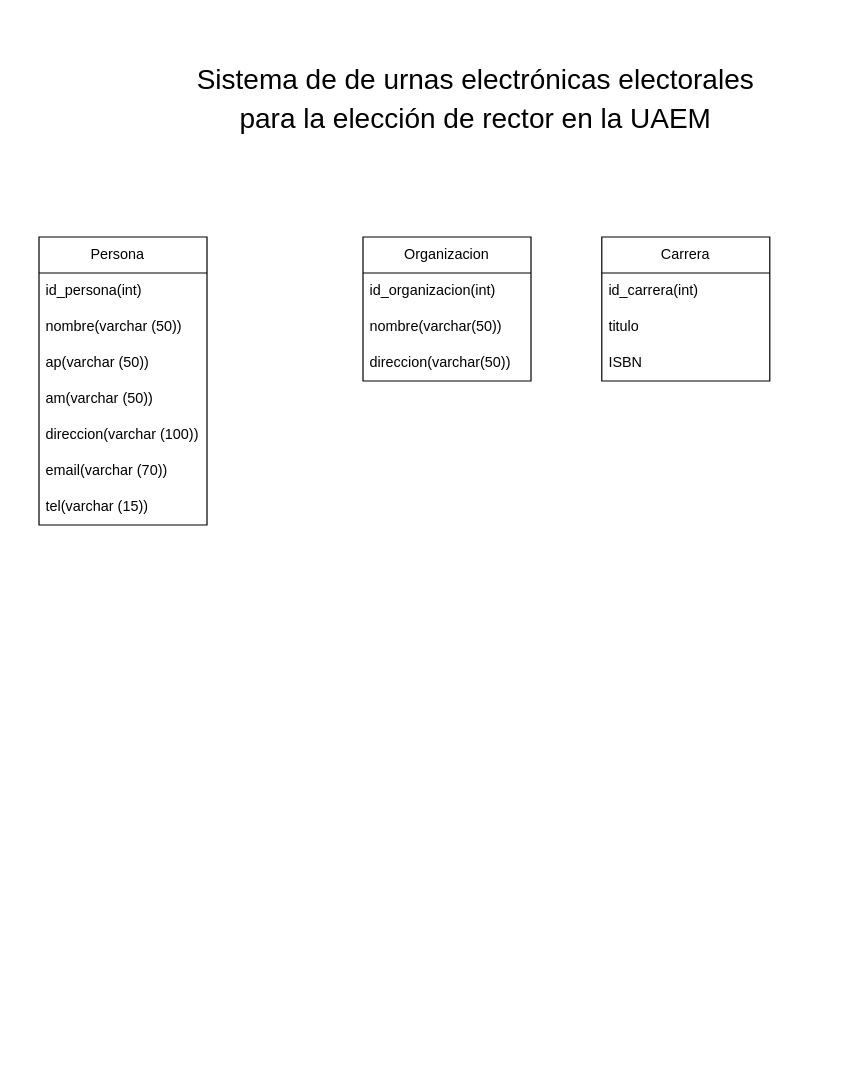
This is Modelo_ER.drawio from Oscar-Franc/Sistema_Elecciones, a draw.io file, before an edit. Source tidied: cells renumbered, new cells numbered last; positions are measured from the earlier drawing's top-left corner, leaving out a move shared by most shapes. Both pictures are drawn from the tidied source at 120%, with x=0, y=0 at pixel (38, 20).
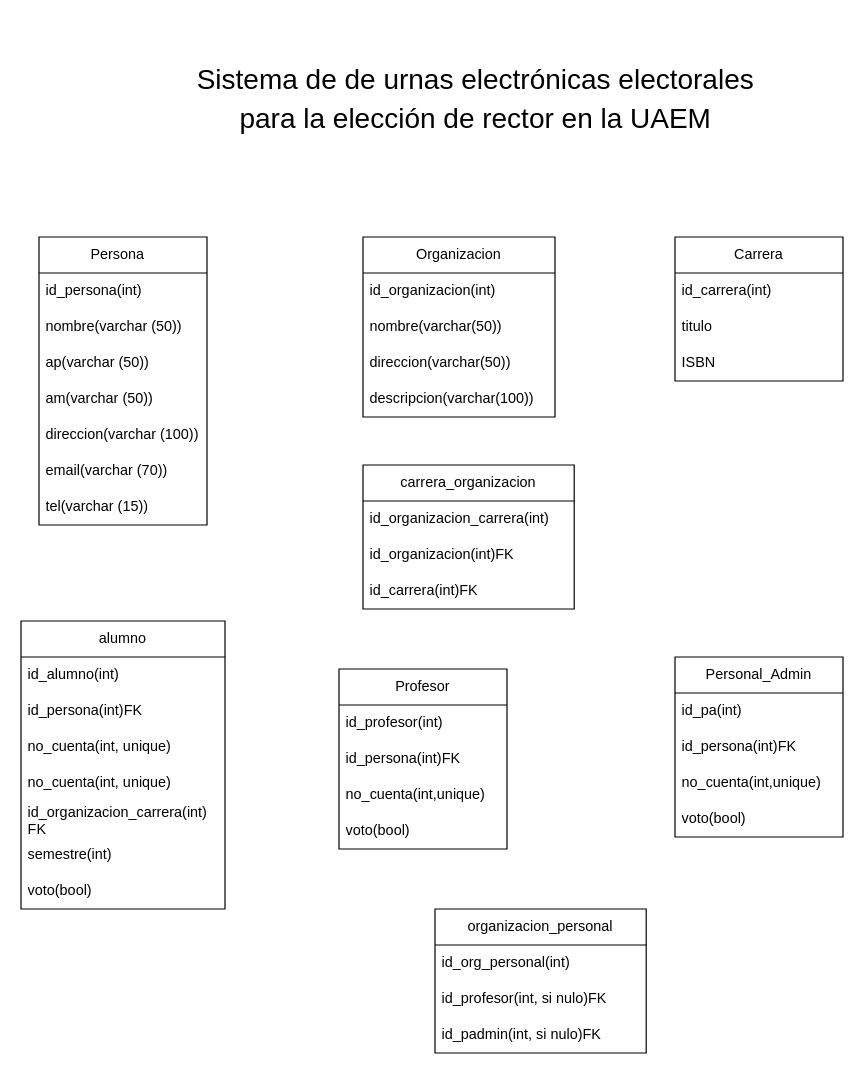
The same page after the edit.

What changed in the source:
```diff
@@
     <mxCell id="11" value="Organizacion" style="swimlane;fontStyle=0;horizontal=1;startSize=30;whiteSpace=wrap;html=1;" parent="1" vertex="1">
-      <mxGeometry x="270" y="180" width="140" height="120" as="geometry" />
+      <mxGeometry x="270" y="180" width="160" height="150" as="geometry" />
     </mxCell>
     <mxCell id="12" value="id_organizacion(int)" style="text;strokeColor=none;fillColor=none;align=left;verticalAlign=middle;spacingLeft=4;spacingRight=4;overflow=hidden;whiteSpace=wrap;html=1;" parent="11" vertex="1">
-      <mxGeometry y="30" width="140" height="30" as="geometry" />
+      <mxGeometry y="30" width="160" height="30" as="geometry" />
     </mxCell>
     <mxCell id="13" value="nombre(varchar(50))" style="text;strokeColor=none;fillColor=none;align=left;verticalAlign=middle;spacingLeft=4;spacingRight=4;overflow=hidden;whiteSpace=wrap;html=1;" parent="11" vertex="1">
-      <mxGeometry y="60" width="140" height="30" as="geometry" />
+      <mxGeometry y="60" width="160" height="30" as="geometry" />
     </mxCell>
     <mxCell id="14" value="direccion(varchar(50))" style="text;strokeColor=none;fillColor=none;align=left;verticalAlign=middle;spacingLeft=4;spacingRight=4;overflow=hidden;whiteSpace=wrap;html=1;" parent="11" vertex="1">
-      <mxGeometry y="90" width="140" height="30" as="geometry" />
+      <mxGeometry y="90" width="160" height="30" as="geometry" />
     </mxCell>
+    <mxCell id="19" value="descripcion(varchar(100))" style="text;strokeColor=none;fillColor=none;align=left;verticalAlign=middle;spacingLeft=4;spacingRight=4;overflow=hidden;whiteSpace=wrap;html=1;" parent="11" vertex="1">
+      <mxGeometry y="120" width="160" height="30" as="geometry" />
+    </mxCell>
     <mxCell id="15" value="Carrera" style="swimlane;fontStyle=0;horizontal=1;startSize=30;whiteSpace=wrap;html=1;" parent="1" vertex="1">
-      <mxGeometry x="469" y="180" width="140" height="120" as="geometry" />
+      <mxGeometry x="530" y="180" width="140" height="120" as="geometry" />
     </mxCell>
@@
+    <mxCell id="20" value="carrera_organizacion" style="swimlane;fontStyle=0;horizontal=1;startSize=30;whiteSpace=wrap;html=1;" parent="1" vertex="1">
+      <mxGeometry x="270" y="370" width="176" height="120" as="geometry" />
+    </mxCell>
+    <mxCell id="21" value="id_organizacion_carrera(int)" style="text;strokeColor=none;fillColor=none;align=left;verticalAlign=middle;spacingLeft=4;spacingRight=4;overflow=hidden;whiteSpace=wrap;html=1;" parent="20" vertex="1">
+      <mxGeometry y="30" width="176" height="30" as="geometry" />
+    </mxCell>
+    <mxCell id="22" value="id_organizacion(int)FK" style="text;strokeColor=none;fillColor=none;align=left;verticalAlign=middle;spacingLeft=4;spacingRight=4;overflow=hidden;whiteSpace=wrap;html=1;" parent="20" vertex="1">
+      <mxGeometry y="60" width="176" height="30" as="geometry" />
+    </mxCell>
+    <mxCell id="23" value="id_carrera(int)FK" style="text;strokeColor=none;fillColor=none;align=left;verticalAlign=middle;spacingLeft=4;spacingRight=4;overflow=hidden;whiteSpace=wrap;html=1;" parent="20" vertex="1">
+      <mxGeometry y="90" width="176" height="30" as="geometry" />
+    </mxCell>
+    <mxCell id="24" value="alumno" style="swimlane;fontStyle=0;horizontal=1;startSize=30;whiteSpace=wrap;html=1;" parent="1" vertex="1">
+      <mxGeometry x="-15" y="500" width="170" height="240" as="geometry" />
+    </mxCell>
+    <mxCell id="25" value="id_alumno(int)" style="text;strokeColor=none;fillColor=none;align=left;verticalAlign=middle;spacingLeft=4;spacingRight=4;overflow=hidden;whiteSpace=wrap;html=1;" parent="24" vertex="1">
+      <mxGeometry y="30" width="170" height="30" as="geometry" />
+    </mxCell>
+    <mxCell id="26" value="id_persona(int)FK" style="text;strokeColor=none;fillColor=none;align=left;verticalAlign=middle;spacingLeft=4;spacingRight=4;overflow=hidden;whiteSpace=wrap;html=1;" parent="24" vertex="1">
+      <mxGeometry y="60" width="170" height="30" as="geometry" />
+    </mxCell>
+    <mxCell id="27" value="no_cuenta(int, unique)" style="text;strokeColor=none;fillColor=none;align=left;verticalAlign=middle;spacingLeft=4;spacingRight=4;overflow=hidden;whiteSpace=wrap;html=1;" parent="24" vertex="1">
+      <mxGeometry y="90" width="170" height="30" as="geometry" />
+    </mxCell>
+    <mxCell id="28" value="no_cuenta(int, unique)" style="text;strokeColor=none;fillColor=none;align=left;verticalAlign=middle;spacingLeft=4;spacingRight=4;overflow=hidden;whiteSpace=wrap;html=1;" parent="24" vertex="1">
+      <mxGeometry y="120" width="170" height="30" as="geometry" />
+    </mxCell>
+    <mxCell id="29" value="id_organizacion_carrera(int) FK" style="text;strokeColor=none;fillColor=none;align=left;verticalAlign=middle;spacingLeft=4;spacingRight=4;overflow=hidden;whiteSpace=wrap;html=1;" parent="24" vertex="1">
+      <mxGeometry y="150" width="170" height="30" as="geometry" />
+    </mxCell>
+    <mxCell id="30" value="semestre(int)" style="text;strokeColor=none;fillColor=none;align=left;verticalAlign=middle;spacingLeft=4;spacingRight=4;overflow=hidden;whiteSpace=wrap;html=1;" parent="24" vertex="1">
+      <mxGeometry y="180" width="170" height="30" as="geometry" />
+    </mxCell>
+    <mxCell id="31" value="voto(bool)" style="text;strokeColor=none;fillColor=none;align=left;verticalAlign=middle;spacingLeft=4;spacingRight=4;overflow=hidden;whiteSpace=wrap;html=1;" parent="24" vertex="1">
+      <mxGeometry y="210" width="170" height="30" as="geometry" />
+    </mxCell>
+    <mxCell id="32" value="Profesor" style="swimlane;fontStyle=0;horizontal=1;startSize=30;whiteSpace=wrap;html=1;" parent="1" vertex="1">
+      <mxGeometry x="250" y="540" width="140" height="150" as="geometry" />
+    </mxCell>
+    <mxCell id="33" value="id_profesor(int)" style="text;strokeColor=none;fillColor=none;align=left;verticalAlign=middle;spacingLeft=4;spacingRight=4;overflow=hidden;whiteSpace=wrap;html=1;" parent="32" vertex="1">
+      <mxGeometry y="30" width="140" height="30" as="geometry" />
+    </mxCell>
+    <mxCell id="34" value="id_persona(int)FK" style="text;strokeColor=none;fillColor=none;align=left;verticalAlign=middle;spacingLeft=4;spacingRight=4;overflow=hidden;whiteSpace=wrap;html=1;" parent="32" vertex="1">
+      <mxGeometry y="60" width="140" height="30" as="geometry" />
+    </mxCell>
+    <mxCell id="35" value="no_cuenta(int,unique)" style="text;strokeColor=none;fillColor=none;align=left;verticalAlign=middle;spacingLeft=4;spacingRight=4;overflow=hidden;whiteSpace=wrap;html=1;" parent="32" vertex="1">
+      <mxGeometry y="90" width="140" height="30" as="geometry" />
+    </mxCell>
+    <mxCell id="36" value="voto(bool)" style="text;strokeColor=none;fillColor=none;align=left;verticalAlign=middle;spacingLeft=4;spacingRight=4;overflow=hidden;whiteSpace=wrap;html=1;" parent="32" vertex="1">
+      <mxGeometry y="120" width="140" height="30" as="geometry" />
+    </mxCell>
+    <mxCell id="37" value="Personal_Admin" style="swimlane;fontStyle=0;horizontal=1;startSize=30;whiteSpace=wrap;html=1;" parent="1" vertex="1">
+      <mxGeometry x="530" y="530" width="140" height="150" as="geometry" />
+    </mxCell>
+    <mxCell id="38" value="id_pa(int)" style="text;strokeColor=none;fillColor=none;align=left;verticalAlign=middle;spacingLeft=4;spacingRight=4;overflow=hidden;whiteSpace=wrap;html=1;" parent="37" vertex="1">
+      <mxGeometry y="30" width="140" height="30" as="geometry" />
+    </mxCell>
+    <mxCell id="39" value="id_persona(int)FK" style="text;strokeColor=none;fillColor=none;align=left;verticalAlign=middle;spacingLeft=4;spacingRight=4;overflow=hidden;whiteSpace=wrap;html=1;" parent="37" vertex="1">
+      <mxGeometry y="60" width="140" height="30" as="geometry" />
+    </mxCell>
+    <mxCell id="40" value="no_cuenta(int,unique)" style="text;strokeColor=none;fillColor=none;align=left;verticalAlign=middle;spacingLeft=4;spacingRight=4;overflow=hidden;whiteSpace=wrap;html=1;" parent="37" vertex="1">
+      <mxGeometry y="90" width="140" height="30" as="geometry" />
+    </mxCell>
+    <mxCell id="41" value="voto(bool)" style="text;strokeColor=none;fillColor=none;align=left;verticalAlign=middle;spacingLeft=4;spacingRight=4;overflow=hidden;whiteSpace=wrap;html=1;" parent="37" vertex="1">
+      <mxGeometry y="120" width="140" height="30" as="geometry" />
+    </mxCell>
+    <mxCell id="42" value="organizacion_personal" style="swimlane;fontStyle=0;horizontal=1;startSize=30;whiteSpace=wrap;html=1;" parent="1" vertex="1">
+      <mxGeometry x="330" y="740" width="176" height="120" as="geometry" />
+    </mxCell>
+    <mxCell id="43" value="id_org_personal(int)" style="text;strokeColor=none;fillColor=none;align=left;verticalAlign=middle;spacingLeft=4;spacingRight=4;overflow=hidden;whiteSpace=wrap;html=1;" parent="42" vertex="1">
+      <mxGeometry y="30" width="176" height="30" as="geometry" />
+    </mxCell>
+    <mxCell id="44" value="id_profesor(int, si nulo)FK" style="text;strokeColor=none;fillColor=none;align=left;verticalAlign=middle;spacingLeft=4;spacingRight=4;overflow=hidden;whiteSpace=wrap;html=1;" parent="42" vertex="1">
+      <mxGeometry y="60" width="176" height="30" as="geometry" />
+    </mxCell>
+    <mxCell id="45" value="id_padmin(int, si nulo)FK" style="text;strokeColor=none;fillColor=none;align=left;verticalAlign=middle;spacingLeft=4;spacingRight=4;overflow=hidden;whiteSpace=wrap;html=1;" parent="42" vertex="1">
+      <mxGeometry y="90" width="176" height="30" as="geometry" />
+    </mxCell>
```
